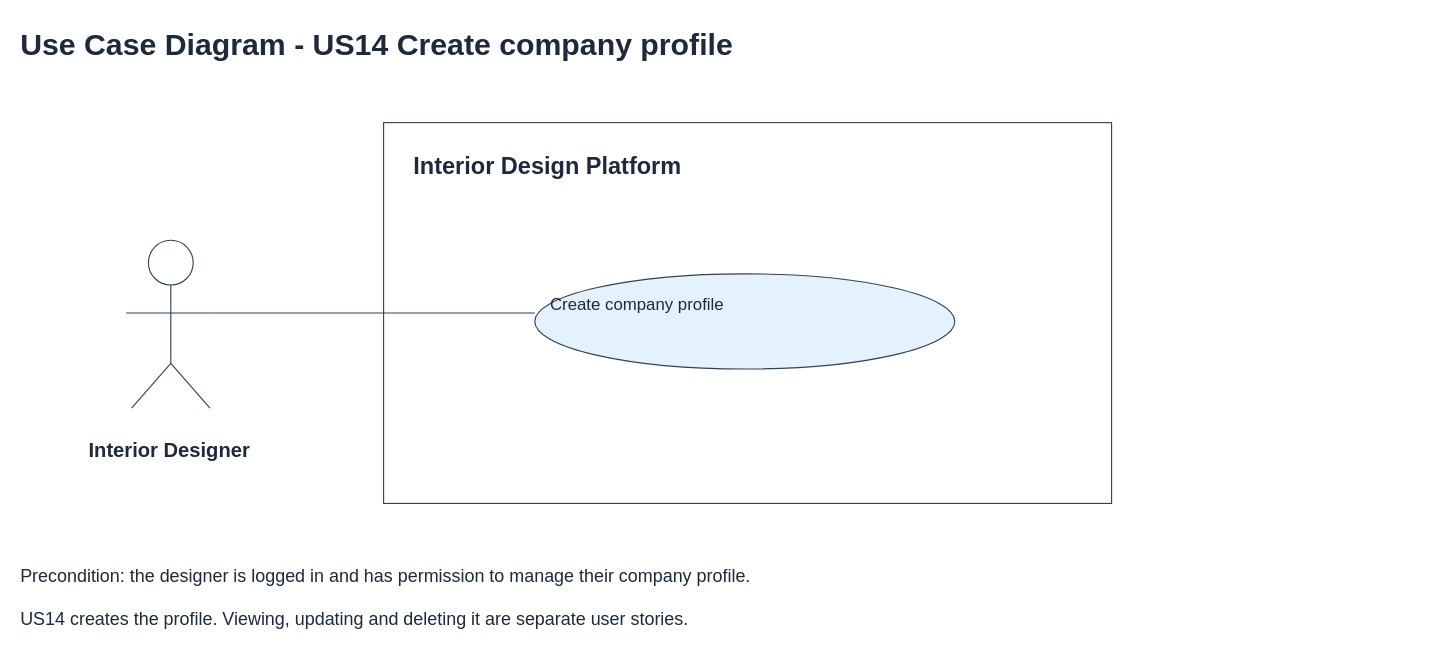
Before: page "2 Use Case Diagram" (1 of 8) of Sprint_2/US14 - Create Company Profile/US14 Create company profile.drawio in Hanzxc/CSIT314-ARCHSS, a draw.io diagram. Source tidied: cells renumbered, new cells numbered last; positions are measured from the earlier drawing's top-left corner, leaving out a move shared by most shapes. Both pictures are drawn from the tidied source at 112%, with x=0, y=0 at pixel (18, 18).
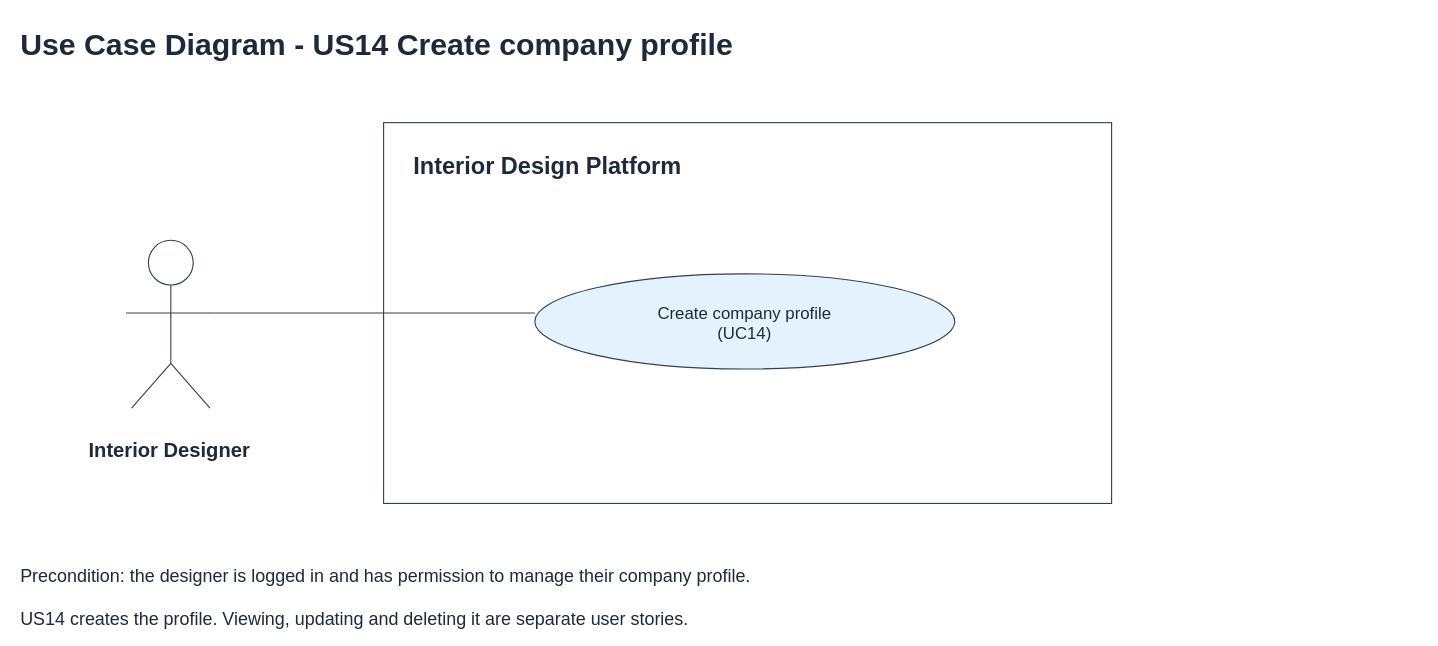
The same diagram, later.

What changed in the source:
```diff
@@
-    <mxCell id="6" value="Create company profile" style="text;html=0;align=left;verticalAlign=top;fontSize=15;fontStyle=0;fontColor=#1e293b;" parent="1" vertex="1">
-      <mxGeometry x="473" y="240" width="351" height="22" as="geometry" />
+    <mxCell id="6" value="Create company profile&#10;(UC14)" style="text;html=0;align=center;verticalAlign=top;fontSize=15;fontStyle=0;fontColor=#1e293b;" parent="1" vertex="1">
+      <mxGeometry x="473" y="248" width="351" height="22" as="geometry" />
     </mxCell>
```
